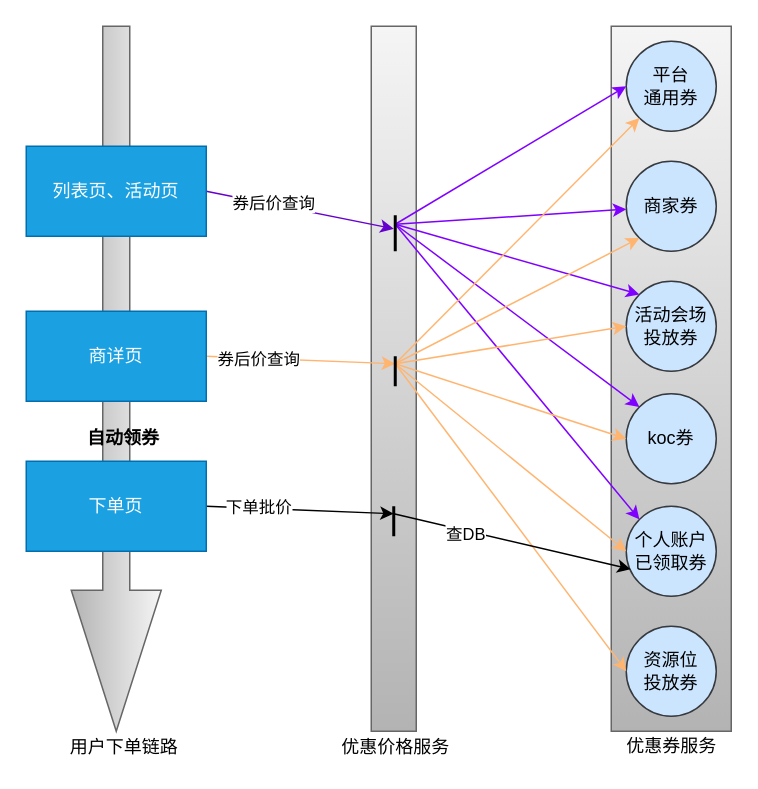
Above: page "Page-32" (24 of 31) of Untitled Diagram.drawio in zengcrvip/basedemo (draw.io), before the change. Source tidied: cells renumbered, new cells numbered last; positions are measured from the earlier drawing's top-left corner, leaving out a move shared by most shapes. Both pictures are drawn from the tidied source at 150%, with x=0, y=0 at pixel (26, 26).
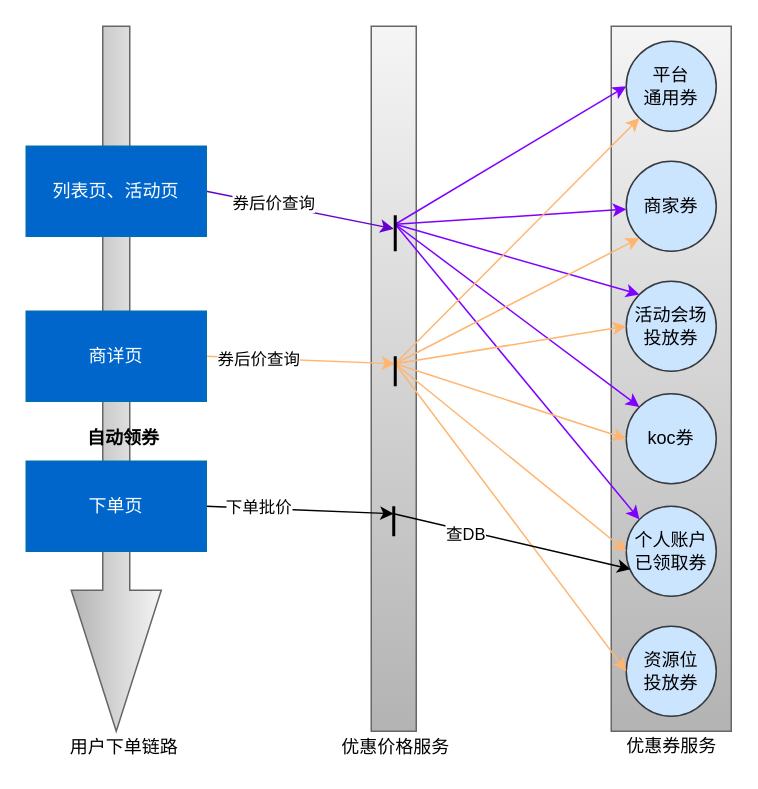
The same page after the edit.

Change to the diagram source:
```diff
@@
-    <mxCell id="8" value="列表页、活动页" style="rounded=0;whiteSpace=wrap;html=1;fillColor=#1ba1e2;fontColor=#ffffff;strokeColor=#006EAF;" parent="1" vertex="1">
+    <mxCell id="8" value="列表页、活动页" style="rounded=0;whiteSpace=wrap;html=1;fillColor=#0066CC;fontColor=#ffffff;strokeColor=#006EAF;" parent="1" vertex="1">
       <mxGeometry y="80" width="120" height="60" as="geometry" />
     </mxCell>
@@
-    <mxCell id="16" value="商详页" style="rounded=0;whiteSpace=wrap;html=1;fillColor=#1ba1e2;fontColor=#ffffff;strokeColor=#006EAF;" parent="1" vertex="1">
+    <mxCell id="16" value="商详页" style="rounded=0;whiteSpace=wrap;html=1;fillColor=#0066CC;fontColor=#ffffff;strokeColor=#006EAF;" parent="1" vertex="1">
       <mxGeometry y="190" width="120" height="60" as="geometry" />
     </mxCell>
@@
-    <mxCell id="19" value="下单页" style="rounded=0;whiteSpace=wrap;html=1;fillColor=#1ba1e2;fontColor=#ffffff;strokeColor=#006EAF;" parent="1" vertex="1">
+    <mxCell id="19" value="下单页" style="rounded=0;whiteSpace=wrap;html=1;fillColor=#0066CC;fontColor=#ffffff;strokeColor=#006EAF;" parent="1" vertex="1">
       <mxGeometry y="290" width="120" height="60" as="geometry" />
     </mxCell>
```
